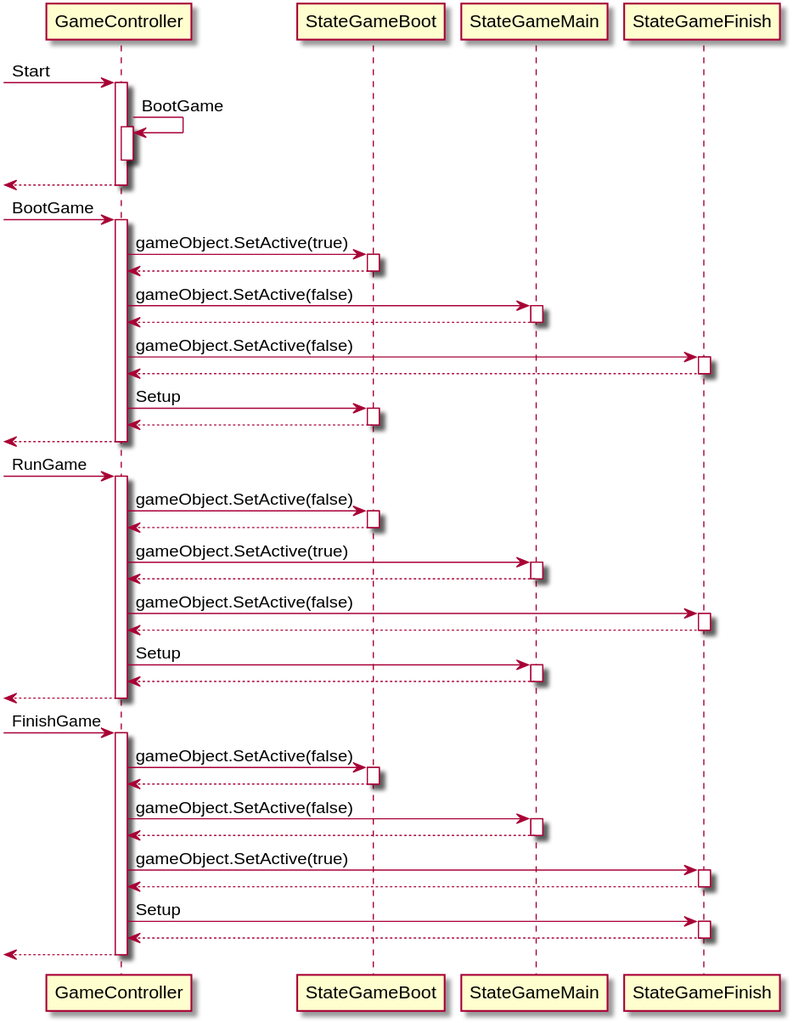
This is plant_uml/SQD_GameController.svg from azarashin/UnityTetris, a PlantUML export, as it was before one commit.
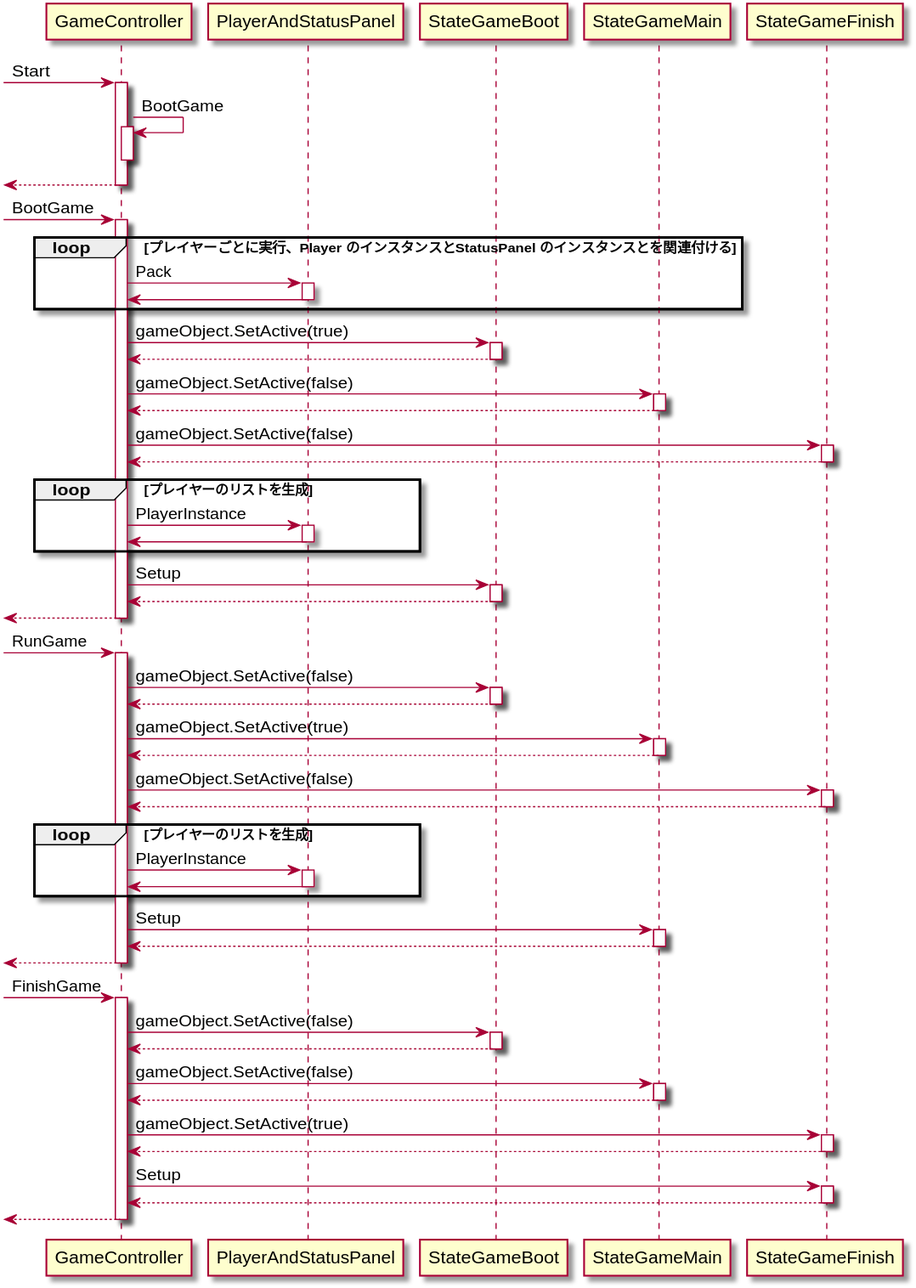
The same diagram one commit later.

The edit, as a diff of the source:
```diff
@@ -10,6 +10,12 @@
 
 [-> GameController : BootGame
 activate GameController
+    loop プレイヤーごとに実行、Player のインスタンスとStatusPanel のインスタンスとを関連付ける
+        GameController -> PlayerAndStatusPanel : Pack
+        activate PlayerAndStatusPanel
+            GameController <- PlayerAndStatusPanel
+        deactivate PlayerAndStatusPanel
+    end
     GameController -> StateGameBoot : gameObject.SetActive(true)
     activate StateGameBoot
         GameController <-- StateGameBoot
@@ -22,7 +28,12 @@
     activate StateGameFinish
         GameController <-- StateGameFinish
     deactivate StateGameFinish
-
+    loop プレイヤーのリストを生成
+        GameController -> PlayerAndStatusPanel : PlayerInstance
+        activate PlayerAndStatusPanel
+            GameController <- PlayerAndStatusPanel
+        deactivate PlayerAndStatusPanel
+    end
     GameController -> StateGameBoot : Setup
     activate StateGameBoot
         GameController <-- StateGameBoot
@@ -45,6 +56,12 @@
         GameController <-- StateGameFinish
     deactivate StateGameFinish
 
+    loop プレイヤーのリストを生成
+        GameController -> PlayerAndStatusPanel : PlayerInstance
+        activate PlayerAndStatusPanel
+            GameController <- PlayerAndStatusPanel
+        deactivate PlayerAndStatusPanel
+    end
     GameController -> StateGameMain : Setup
     activate StateGameMain
         GameController <-- StateGameMain
```
